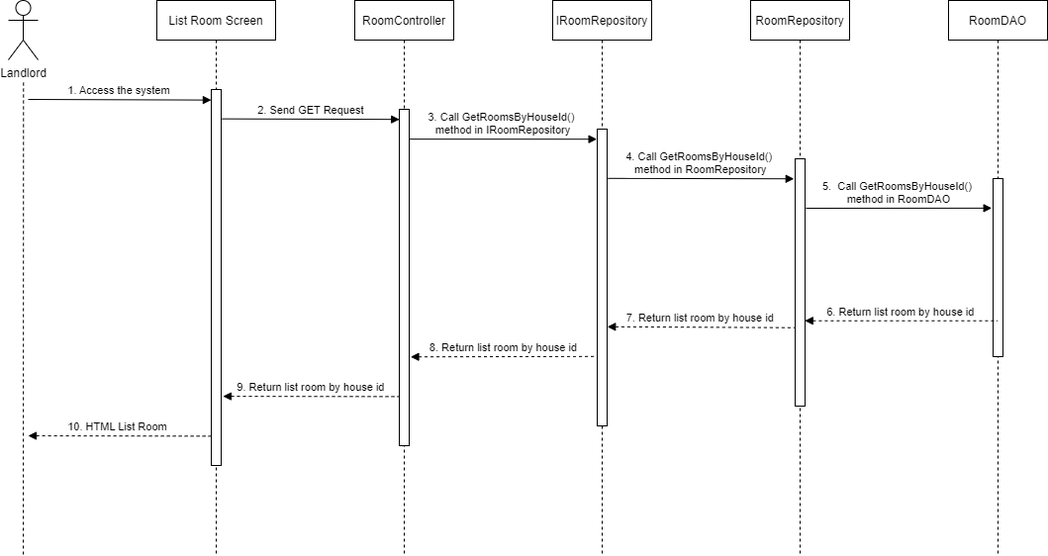
The draw.io diagram Documentation/Diagram/Sequence Diagrams/(Landlord) List Room - Sequence Diagram.drawio.png in nguyenthegiang/fu-house-finder, before a commit. Source tidied: cells renumbered, new cells last; positions are measured from the earlier drawing's top-left corner, leaving out a move shared by most shapes. The source it was exported from:
```xml
<mxGraphModel>
  <root>
    <mxCell id="0" />
    <mxCell id="1" parent="0" />
    <mxCell id="2" value="List Room Screen" style="shape=umlLifeline;perimeter=lifelinePerimeter;rounded=0;shadow=0;strokeWidth=1;" parent="1" vertex="1">
      <mxGeometry x="150" width="120" height="560" as="geometry" />
    </mxCell>
    <mxCell id="3" style="points=[];perimeter=orthogonalPerimeter;rounded=0;shadow=0;strokeWidth=1;" parent="2" vertex="1">
      <mxGeometry x="55" y="90" width="10" height="380" as="geometry" />
    </mxCell>
    <mxCell id="4" value="RoomController" style="shape=umlLifeline;perimeter=lifelinePerimeter;rounded=0;shadow=0;strokeWidth=1;" parent="1" vertex="1">
      <mxGeometry x="350" width="100" height="560" as="geometry" />
    </mxCell>
    <mxCell id="5" style="points=[];perimeter=orthogonalPerimeter;rounded=0;shadow=0;strokeWidth=1;" parent="4" vertex="1">
      <mxGeometry x="45" y="110" width="10" height="340" as="geometry" />
    </mxCell>
    <mxCell id="6" value="Landlord" style="shape=umlActor;verticalLabelPosition=bottom;verticalAlign=top;html=1;" parent="1" vertex="1">
      <mxGeometry width="30" height="60" as="geometry" />
    </mxCell>
    <mxCell id="7" style="endArrow=none;dashed=1;html=1;rounded=0;startArrow=none;" parent="1" edge="1">
      <mxGeometry relative="1" as="geometry">
        <mxPoint x="15" y="560" as="sourcePoint" />
        <mxPoint x="15.2" y="80" as="targetPoint" />
      </mxGeometry>
    </mxCell>
    <mxCell id="8" value="1. Access the system" style="verticalAlign=bottom;endArrow=block;entryX=-0.007;entryY=0.028;shadow=0;strokeWidth=1;entryDx=0;entryDy=0;entryPerimeter=0;" parent="1" edge="1" target="3">
      <mxGeometry relative="1" as="geometry">
        <mxPoint x="20" y="100" as="sourcePoint" />
      </mxGeometry>
    </mxCell>
    <mxCell id="9" value="2. Send GET Request" style="verticalAlign=bottom;endArrow=block;shadow=0;strokeWidth=1;entryX=0.016;entryY=0.03;entryDx=0;entryDy=0;entryPerimeter=0;exitX=1.094;exitY=0.078;exitDx=0;exitDy=0;exitPerimeter=0;" parent="1" edge="1" source="3" target="5">
      <mxGeometry relative="1" as="geometry" />
    </mxCell>
    <mxCell id="10" value="IRoomRepository" style="shape=umlLifeline;perimeter=lifelinePerimeter;rounded=0;shadow=0;strokeWidth=1;" parent="1" vertex="1">
      <mxGeometry x="550" width="100" height="560" as="geometry" />
    </mxCell>
    <mxCell id="11" style="points=[];perimeter=orthogonalPerimeter;rounded=0;shadow=0;strokeWidth=1;" parent="10" vertex="1">
      <mxGeometry x="45" y="130" width="10" height="300" as="geometry" />
    </mxCell>
    <mxCell id="12" value="3. Call GetRoomsByHouseId()  &#10;method in IRoomRepository" style="verticalAlign=bottom;endArrow=block;shadow=0;strokeWidth=1;entryX=-0.037;entryY=0.034;entryDx=0;entryDy=0;entryPerimeter=0;exitX=1.019;exitY=0.159;exitDx=0;exitDy=0;exitPerimeter=0;" parent="10" edge="1" target="11">
      <mxGeometry relative="1" as="geometry">
        <mxPoint x="-145" y="140.1" as="sourcePoint" />
      </mxGeometry>
    </mxCell>
    <mxCell id="13" value="RoomRepository" style="shape=umlLifeline;perimeter=lifelinePerimeter;rounded=0;shadow=0;strokeWidth=1;" parent="1" vertex="1">
      <mxGeometry x="750" width="100" height="560" as="geometry" />
    </mxCell>
    <mxCell id="14" style="points=[];perimeter=orthogonalPerimeter;rounded=0;shadow=0;strokeWidth=1;" parent="13" vertex="1">
      <mxGeometry x="45" y="160" width="10" height="250" as="geometry" />
    </mxCell>
    <mxCell id="15" value="RoomDAO" style="shape=umlLifeline;perimeter=lifelinePerimeter;rounded=0;shadow=0;strokeWidth=1;" parent="1" vertex="1">
      <mxGeometry x="950" width="100" height="560" as="geometry" />
    </mxCell>
    <mxCell id="16" style="points=[];perimeter=orthogonalPerimeter;rounded=0;shadow=0;strokeWidth=1;" parent="15" vertex="1">
      <mxGeometry x="45" y="180" width="10" height="180" as="geometry" />
    </mxCell>
    <mxCell id="17" value="4. Call GetRoomsByHouseId() &#10;method in RoomRepository" style="verticalAlign=bottom;endArrow=block;shadow=0;strokeWidth=1;exitX=1.076;exitY=0.166;exitDx=0;exitDy=0;exitPerimeter=0;entryX=-0.12;entryY=0.081;entryDx=0;entryDy=0;entryPerimeter=0;" parent="1" edge="1" source="11" target="14">
      <mxGeometry relative="1" as="geometry" />
    </mxCell>
    <mxCell id="18" value="5.  Call GetRoomsByHouseId() &#10;method in RoomDAO" style="verticalAlign=bottom;endArrow=block;shadow=0;strokeWidth=1;exitX=1.097;exitY=0.2;exitDx=0;exitDy=0;exitPerimeter=0;entryX=-0.131;entryY=0.166;entryDx=0;entryDy=0;entryPerimeter=0;" parent="1" edge="1" source="14" target="16">
      <mxGeometry relative="1" as="geometry" />
    </mxCell>
    <mxCell id="19" value="6. Return list room by house id" style="verticalAlign=bottom;endArrow=none;shadow=0;strokeWidth=1;endFill=0;startArrow=block;startFill=1;dashed=1;exitX=0.98;exitY=0.655;exitDx=0;exitDy=0;exitPerimeter=0;" parent="1" edge="1" source="14" target="15">
      <mxGeometry relative="1" as="geometry" />
    </mxCell>
    <mxCell id="20" value="7. Return list room by house id" style="verticalAlign=bottom;endArrow=none;shadow=0;strokeWidth=1;endFill=0;startArrow=block;startFill=1;dashed=1;exitX=1.025;exitY=0.666;exitDx=0;exitDy=0;exitPerimeter=0;entryX=-0.079;entryY=0.683;entryDx=0;entryDy=0;entryPerimeter=0;" parent="1" edge="1" source="11" target="14">
      <mxGeometry relative="1" as="geometry" />
    </mxCell>
    <mxCell id="21" value="8. Return list room by house id" style="verticalAlign=bottom;endArrow=none;shadow=0;strokeWidth=1;entryX=-0.109;entryY=0.766;entryDx=0;entryDy=0;entryPerimeter=0;endFill=0;startArrow=block;startFill=1;dashed=1;exitX=1.145;exitY=0.736;exitDx=0;exitDy=0;exitPerimeter=0;" parent="1" edge="1" source="5" target="11">
      <mxGeometry relative="1" as="geometry" />
    </mxCell>
    <mxCell id="22" value="9. Return list room by house id" style="verticalAlign=bottom;endArrow=none;shadow=0;strokeWidth=1;entryX=-0.049;entryY=0.854;entryDx=0;entryDy=0;entryPerimeter=0;endFill=0;startArrow=block;startFill=1;dashed=1;exitX=1.19;exitY=0.816;exitDx=0;exitDy=0;exitPerimeter=0;" parent="1" edge="1" source="3" target="5">
      <mxGeometry relative="1" as="geometry" />
    </mxCell>
    <mxCell id="23" value="10. HTML List Room " style="verticalAlign=bottom;endArrow=none;shadow=0;strokeWidth=1;entryX=-0.034;entryY=0.922;entryDx=0;entryDy=0;entryPerimeter=0;endFill=0;startArrow=block;startFill=1;dashed=1;" parent="1" edge="1" target="3">
      <mxGeometry relative="1" as="geometry">
        <mxPoint x="20" y="440" as="sourcePoint" />
      </mxGeometry>
    </mxCell>
  </root>
</mxGraphModel>
```
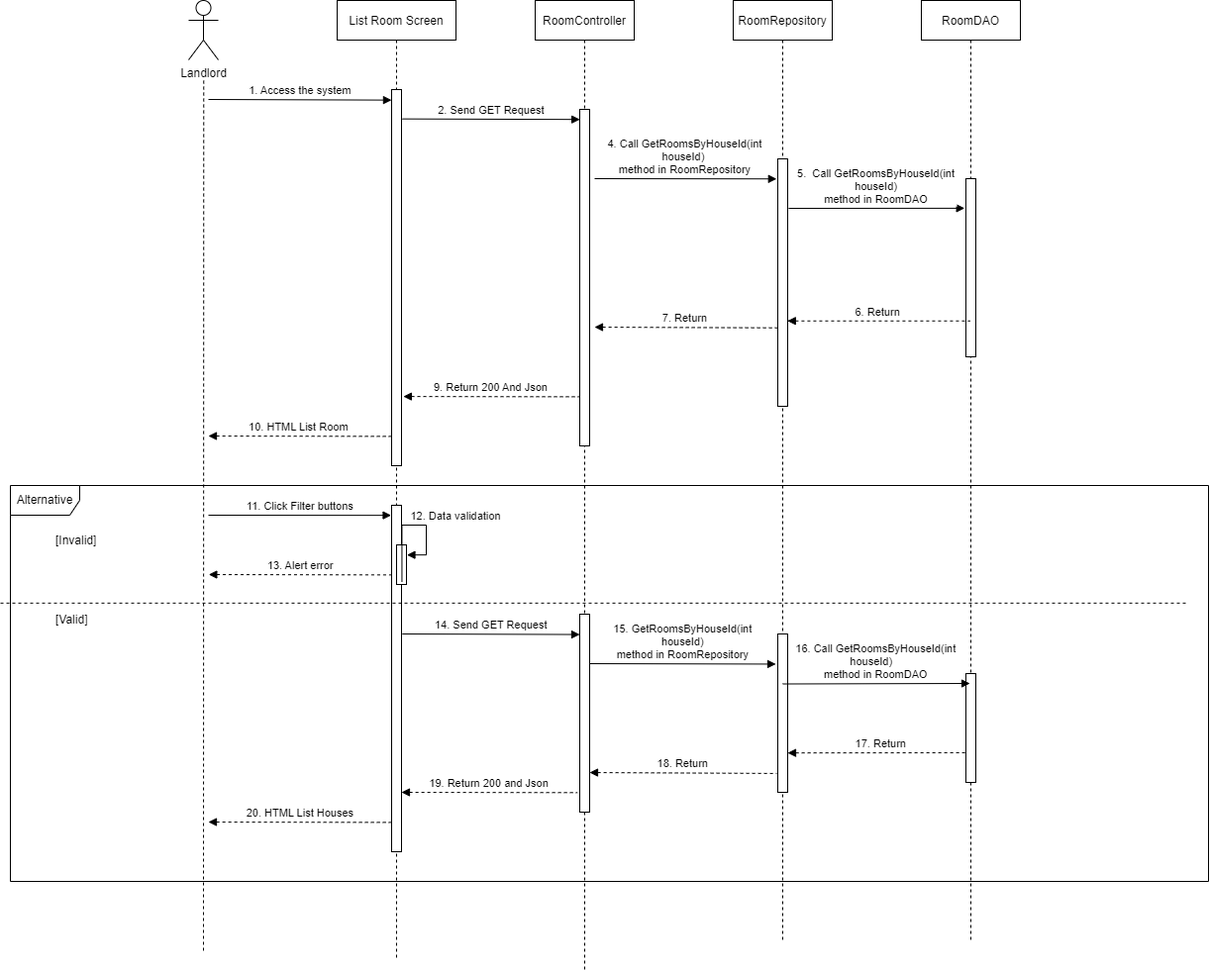
After the commit.

Change to the diagram source:
```diff
@@ -3,13 +3,13 @@
     <mxCell id="0" />
     <mxCell id="1" parent="0" />
     <mxCell id="2" value="List Room Screen" style="shape=umlLifeline;perimeter=lifelinePerimeter;rounded=0;shadow=0;strokeWidth=1;" parent="1" vertex="1">
-      <mxGeometry x="150" width="120" height="560" as="geometry" />
+      <mxGeometry x="150" width="120" height="970" as="geometry" />
     </mxCell>
     <mxCell id="3" style="points=[];perimeter=orthogonalPerimeter;rounded=0;shadow=0;strokeWidth=1;" parent="2" vertex="1">
       <mxGeometry x="55" y="90" width="10" height="380" as="geometry" />
     </mxCell>
     <mxCell id="4" value="RoomController" style="shape=umlLifeline;perimeter=lifelinePerimeter;rounded=0;shadow=0;strokeWidth=1;" parent="1" vertex="1">
-      <mxGeometry x="350" width="100" height="560" as="geometry" />
+      <mxGeometry x="350" width="100" height="980" as="geometry" />
     </mxCell>
     <mxCell id="5" style="points=[];perimeter=orthogonalPerimeter;rounded=0;shadow=0;strokeWidth=1;" parent="4" vertex="1">
       <mxGeometry x="45" y="110" width="10" height="340" as="geometry" />
@@ -19,7 +19,7 @@
     </mxCell>
     <mxCell id="7" style="endArrow=none;dashed=1;html=1;rounded=0;startArrow=none;" parent="1" edge="1">
       <mxGeometry relative="1" as="geometry">
-        <mxPoint x="15" y="560" as="sourcePoint" />
+        <mxPoint x="15" y="960" as="sourcePoint" />
         <mxPoint x="15.2" y="80" as="targetPoint" />
       </mxGeometry>
     </mxCell>
@@ -31,45 +31,47 @@
     <mxCell id="9" value="2. Send GET Request" style="verticalAlign=bottom;endArrow=block;shadow=0;strokeWidth=1;entryX=0.016;entryY=0.03;entryDx=0;entryDy=0;entryPerimeter=0;exitX=1.094;exitY=0.078;exitDx=0;exitDy=0;exitPerimeter=0;" parent="1" edge="1" source="3" target="5">
       <mxGeometry relative="1" as="geometry" />
     </mxCell>
-    <mxCell id="10" value="IRoomRepository" style="shape=umlLifeline;perimeter=lifelinePerimeter;rounded=0;shadow=0;strokeWidth=1;" parent="1" vertex="1">
-      <mxGeometry x="550" width="100" height="560" as="geometry" />
-    </mxCell>
-    <mxCell id="11" style="points=[];perimeter=orthogonalPerimeter;rounded=0;shadow=0;strokeWidth=1;" parent="10" vertex="1">
-      <mxGeometry x="45" y="130" width="10" height="300" as="geometry" />
-    </mxCell>
-    <mxCell id="12" value="3. Call GetRoomsByHouseId()  &#10;method in IRoomRepository" style="verticalAlign=bottom;endArrow=block;shadow=0;strokeWidth=1;entryX=-0.037;entryY=0.034;entryDx=0;entryDy=0;entryPerimeter=0;exitX=1.019;exitY=0.159;exitDx=0;exitDy=0;exitPerimeter=0;" parent="10" edge="1" target="11">
-      <mxGeometry relative="1" as="geometry">
-        <mxPoint x="-145" y="140.1" as="sourcePoint" />
-      </mxGeometry>
-    </mxCell>
     <mxCell id="13" value="RoomRepository" style="shape=umlLifeline;perimeter=lifelinePerimeter;rounded=0;shadow=0;strokeWidth=1;" parent="1" vertex="1">
-      <mxGeometry x="750" width="100" height="560" as="geometry" />
+      <mxGeometry x="550" width="100" height="950" as="geometry" />
     </mxCell>
     <mxCell id="14" style="points=[];perimeter=orthogonalPerimeter;rounded=0;shadow=0;strokeWidth=1;" parent="13" vertex="1">
       <mxGeometry x="45" y="160" width="10" height="250" as="geometry" />
     </mxCell>
+    <mxCell id="24" style="perimeter=orthogonalPerimeter;rounded=0;shadow=0;strokeWidth=1;" parent="13" vertex="1">
+      <mxGeometry x="45" y="640" width="10" height="160" as="geometry" />
+    </mxCell>
+    <mxCell id="25" value="17. Return" style="verticalAlign=bottom;endArrow=none;shadow=0;strokeWidth=1;entryX=-0.102;entryY=0.689;entryDx=0;entryDy=0;entryPerimeter=0;endFill=0;startArrow=block;startFill=1;dashed=1;exitX=1.126;exitY=0.479;exitDx=0;exitDy=0;exitPerimeter=0;" parent="13" edge="1">
+      <mxGeometry relative="1" as="geometry">
+        <mxPoint x="55" y="760.2" as="sourcePoint" />
+        <mxPoint x="242.7" y="760" as="targetPoint" />
+      </mxGeometry>
+    </mxCell>
     <mxCell id="15" value="RoomDAO" style="shape=umlLifeline;perimeter=lifelinePerimeter;rounded=0;shadow=0;strokeWidth=1;" parent="1" vertex="1">
-      <mxGeometry x="950" width="100" height="560" as="geometry" />
+      <mxGeometry x="740" width="100" height="950" as="geometry" />
     </mxCell>
     <mxCell id="16" style="points=[];perimeter=orthogonalPerimeter;rounded=0;shadow=0;strokeWidth=1;" parent="15" vertex="1">
       <mxGeometry x="45" y="180" width="10" height="180" as="geometry" />
     </mxCell>
+    <mxCell id="26" style="perimeter=orthogonalPerimeter;rounded=0;shadow=0;strokeWidth=1;" parent="15" vertex="1">
+      <mxGeometry x="45" y="680" width="10" height="110" as="geometry" />
+    </mxCell>
-    <mxCell id="17" value="4. Call GetRoomsByHouseId() &#10;method in RoomRepository" style="verticalAlign=bottom;endArrow=block;shadow=0;strokeWidth=1;exitX=1.076;exitY=0.166;exitDx=0;exitDy=0;exitPerimeter=0;entryX=-0.12;entryY=0.081;entryDx=0;entryDy=0;entryPerimeter=0;" parent="1" edge="1" source="11" target="14">
-      <mxGeometry relative="1" as="geometry" />
+    <mxCell id="17" value="4. Call GetRoomsByHouseId(int &#10;houseId) &#10;method in RoomRepository" style="verticalAlign=bottom;endArrow=block;shadow=0;strokeWidth=1;entryX=-0.12;entryY=0.081;entryDx=0;entryDy=0;entryPerimeter=0;" parent="1" edge="1" target="14">
+      <mxGeometry relative="1" as="geometry">
+        <mxPoint x="410" y="180" as="sourcePoint" />
+      </mxGeometry>
     </mxCell>
-    <mxCell id="18" value="5.  Call GetRoomsByHouseId() &#10;method in RoomDAO" style="verticalAlign=bottom;endArrow=block;shadow=0;strokeWidth=1;exitX=1.097;exitY=0.2;exitDx=0;exitDy=0;exitPerimeter=0;entryX=-0.131;entryY=0.166;entryDx=0;entryDy=0;entryPerimeter=0;" parent="1" edge="1" source="14" target="16">
+    <mxCell id="18" value="5.  Call GetRoomsByHouseId(int&#10; houseId) &#10;method in RoomDAO" style="verticalAlign=bottom;endArrow=block;shadow=0;strokeWidth=1;exitX=1.097;exitY=0.2;exitDx=0;exitDy=0;exitPerimeter=0;entryX=-0.131;entryY=0.166;entryDx=0;entryDy=0;entryPerimeter=0;" parent="1" edge="1" source="14" target="16">
       <mxGeometry relative="1" as="geometry" />
     </mxCell>
-    <mxCell id="19" value="6. Return list room by house id" style="verticalAlign=bottom;endArrow=none;shadow=0;strokeWidth=1;endFill=0;startArrow=block;startFill=1;dashed=1;exitX=0.98;exitY=0.655;exitDx=0;exitDy=0;exitPerimeter=0;" parent="1" edge="1" source="14" target="15">
+    <mxCell id="19" value="6. Return " style="verticalAlign=bottom;endArrow=none;shadow=0;strokeWidth=1;endFill=0;startArrow=block;startFill=1;dashed=1;exitX=0.98;exitY=0.655;exitDx=0;exitDy=0;exitPerimeter=0;" parent="1" edge="1" source="14" target="15">
       <mxGeometry relative="1" as="geometry" />
     </mxCell>
-    <mxCell id="20" value="7. Return list room by house id" style="verticalAlign=bottom;endArrow=none;shadow=0;strokeWidth=1;endFill=0;startArrow=block;startFill=1;dashed=1;exitX=1.025;exitY=0.666;exitDx=0;exitDy=0;exitPerimeter=0;entryX=-0.079;entryY=0.683;entryDx=0;entryDy=0;entryPerimeter=0;" parent="1" edge="1" source="11" target="14">
-      <mxGeometry relative="1" as="geometry" />
+    <mxCell id="20" value="7. Return" style="verticalAlign=bottom;endArrow=none;shadow=0;strokeWidth=1;endFill=0;startArrow=block;startFill=1;dashed=1;entryX=-0.079;entryY=0.683;entryDx=0;entryDy=0;entryPerimeter=0;" parent="1" edge="1" target="14">
+      <mxGeometry relative="1" as="geometry">
+        <mxPoint x="410" y="330" as="sourcePoint" />
+      </mxGeometry>
     </mxCell>
-    <mxCell id="21" value="8. Return list room by house id" style="verticalAlign=bottom;endArrow=none;shadow=0;strokeWidth=1;entryX=-0.109;entryY=0.766;entryDx=0;entryDy=0;entryPerimeter=0;endFill=0;startArrow=block;startFill=1;dashed=1;exitX=1.145;exitY=0.736;exitDx=0;exitDy=0;exitPerimeter=0;" parent="1" edge="1" source="5" target="11">
-      <mxGeometry relative="1" as="geometry" />
-    </mxCell>
-    <mxCell id="22" value="9. Return list room by house id" style="verticalAlign=bottom;endArrow=none;shadow=0;strokeWidth=1;entryX=-0.049;entryY=0.854;entryDx=0;entryDy=0;entryPerimeter=0;endFill=0;startArrow=block;startFill=1;dashed=1;exitX=1.19;exitY=0.816;exitDx=0;exitDy=0;exitPerimeter=0;" parent="1" edge="1" source="3" target="5">
+    <mxCell id="22" value="9. Return 200 And Json" style="verticalAlign=bottom;endArrow=none;shadow=0;strokeWidth=1;entryX=-0.049;entryY=0.854;entryDx=0;entryDy=0;entryPerimeter=0;endFill=0;startArrow=block;startFill=1;dashed=1;exitX=1.19;exitY=0.816;exitDx=0;exitDy=0;exitPerimeter=0;" parent="1" edge="1" source="3" target="5">
       <mxGeometry relative="1" as="geometry" />
     </mxCell>
     <mxCell id="23" value="10. HTML List Room " style="verticalAlign=bottom;endArrow=none;shadow=0;strokeWidth=1;entryX=-0.034;entryY=0.922;entryDx=0;entryDy=0;entryPerimeter=0;endFill=0;startArrow=block;startFill=1;dashed=1;" parent="1" edge="1" target="3">
@@ -77,5 +79,84 @@
         <mxPoint x="20" y="440" as="sourcePoint" />
       </mxGeometry>
     </mxCell>
+    <mxCell id="27" value="Alternative" style="shape=umlFrame;whiteSpace=wrap;html=1;width=70;height=30;" parent="1" vertex="1">
+      <mxGeometry x="-180" y="490" width="1210" height="400" as="geometry" />
+    </mxCell>
+    <mxCell id="28" value="11. Click Filter buttons" style="verticalAlign=bottom;endArrow=block;shadow=0;strokeWidth=1;entryX=-0.047;entryY=0.029;entryDx=0;entryDy=0;entryPerimeter=0;" parent="1" edge="1" target="29">
+      <mxGeometry relative="1" as="geometry">
+        <mxPoint x="20" y="520" as="sourcePoint" />
+      </mxGeometry>
+    </mxCell>
+    <mxCell id="29" style="points=[];perimeter=orthogonalPerimeter;rounded=0;shadow=0;strokeWidth=1;" parent="1" vertex="1">
+      <mxGeometry x="205" y="510" width="10" height="350" as="geometry" />
+    </mxCell>
+    <mxCell id="30" style="points=[];perimeter=orthogonalPerimeter;rounded=0;shadow=0;strokeWidth=1;" parent="1" vertex="1">
+      <mxGeometry x="210" y="550" width="10" height="40" as="geometry" />
+    </mxCell>
+    <mxCell id="31" value="12. Data validation" style="verticalAlign=bottom;endArrow=block;shadow=0;strokeWidth=1;entryX=1.047;entryY=0.255;entryDx=0;entryDy=0;entryPerimeter=0;exitX=1.044;exitY=0.221;exitDx=0;exitDy=0;exitPerimeter=0;edgeStyle=orthogonalEdgeStyle;rounded=0;" parent="1" edge="1" source="29" target="30">
+      <mxGeometry x="0.24" y="30" relative="1" as="geometry">
+        <Array as="points">
+          <mxPoint x="240" y="530" />
+          <mxPoint x="240" y="560" />
+        </Array>
+      </mxGeometry>
+    </mxCell>
+    <mxCell id="32" value="13. Alert error" style="verticalAlign=bottom;endArrow=none;shadow=0;strokeWidth=1;entryX=-0.034;entryY=0.922;entryDx=0;entryDy=0;entryPerimeter=0;endFill=0;startArrow=block;startFill=1;dashed=1;" parent="1" edge="1">
+      <mxGeometry relative="1" as="geometry">
+        <mxPoint x="20.3" y="580" as="sourcePoint" />
+        <mxPoint x="205" y="580.4" as="targetPoint" />
+      </mxGeometry>
+    </mxCell>
+    <mxCell id="33" value="14. Send GET Request" style="verticalAlign=bottom;endArrow=block;shadow=0;strokeWidth=1;entryX=0.016;entryY=0.03;entryDx=0;entryDy=0;entryPerimeter=0;exitX=1.094;exitY=0.078;exitDx=0;exitDy=0;exitPerimeter=0;" parent="1" edge="1">
+      <mxGeometry relative="1" as="geometry">
+        <mxPoint x="215.8" y="640" as="sourcePoint" />
+        <mxPoint x="395" y="640.6" as="targetPoint" />
+      </mxGeometry>
+    </mxCell>
+    <mxCell id="34" style="perimeter=orthogonalPerimeter;rounded=0;shadow=0;strokeWidth=1;" parent="1" vertex="1">
+      <mxGeometry x="395" y="620" width="10" height="200" as="geometry" />
+    </mxCell>
+    <mxCell id="35" style="endArrow=none;dashed=1;html=1;strokeWidth=1;rounded=0;" parent="1" edge="1">
+      <mxGeometry relative="1" as="geometry">
+        <mxPoint x="-190" y="608.8" as="sourcePoint" />
+        <mxPoint x="1010" y="608.8" as="targetPoint" />
+      </mxGeometry>
+    </mxCell>
+    <mxCell id="36" value="[Invalid]" style="text;strokeColor=none;fillColor=none;align=left;verticalAlign=middle;spacingLeft=4;spacingRight=4;overflow=hidden;" parent="1" vertex="1">
+      <mxGeometry x="-140" y="530" width="80" height="30" as="geometry" />
+    </mxCell>
+    <mxCell id="37" value="[Valid]" style="text;strokeColor=none;fillColor=none;align=left;verticalAlign=middle;spacingLeft=4;spacingRight=4;overflow=hidden;" parent="1" vertex="1">
+      <mxGeometry x="-140" y="610" width="80" height="30" as="geometry" />
+    </mxCell>
+    <mxCell id="38" value="15. GetRoomsByHouseId(int&#10;houseId)&#10;method in RoomRepository" style="verticalAlign=bottom;endArrow=block;shadow=0;strokeWidth=1;exitX=1.076;exitY=0.166;exitDx=0;exitDy=0;exitPerimeter=0;entryX=-0.12;entryY=0.081;entryDx=0;entryDy=0;entryPerimeter=0;" parent="1" edge="1">
+      <mxGeometry relative="1" as="geometry">
+        <mxPoint x="405" y="670" as="sourcePoint" />
+        <mxPoint x="593" y="670.4" as="targetPoint" />
+      </mxGeometry>
+    </mxCell>
+    <mxCell id="39" value="16. Call GetRoomsByHouseId(int&#10;houseId)   &#10;method in RoomDAO" style="verticalAlign=bottom;endArrow=block;shadow=0;strokeWidth=1;exitX=1.097;exitY=0.2;exitDx=0;exitDy=0;exitPerimeter=0;entryX=0;entryY=0.15;entryDx=0;entryDy=0;entryPerimeter=0;" parent="1" edge="1">
+      <mxGeometry relative="1" as="geometry">
+        <mxPoint x="600" y="690.5" as="sourcePoint" />
+        <mxPoint x="789" y="690" as="targetPoint" />
+      </mxGeometry>
+    </mxCell>
+    <mxCell id="40" value="18. Return" style="verticalAlign=bottom;endArrow=none;shadow=0;strokeWidth=1;endFill=0;startArrow=block;startFill=1;dashed=1;exitX=1.025;exitY=0.666;exitDx=0;exitDy=0;exitPerimeter=0;entryX=-0.079;entryY=0.683;entryDx=0;entryDy=0;entryPerimeter=0;" parent="1" edge="1">
+      <mxGeometry relative="1" as="geometry">
+        <mxPoint x="405" y="780" as="sourcePoint" />
+        <mxPoint x="594" y="781" as="targetPoint" />
+      </mxGeometry>
+    </mxCell>
+    <mxCell id="41" value="19. Return 200 and Json" style="verticalAlign=bottom;endArrow=none;shadow=0;strokeWidth=1;entryX=-0.049;entryY=0.854;entryDx=0;entryDy=0;entryPerimeter=0;endFill=0;startArrow=block;startFill=1;dashed=1;exitX=1.19;exitY=0.816;exitDx=0;exitDy=0;exitPerimeter=0;" parent="1" edge="1">
+      <mxGeometry relative="1" as="geometry">
+        <mxPoint x="215" y="800" as="sourcePoint" />
+        <mxPoint x="392.6" y="800.3" as="targetPoint" />
+      </mxGeometry>
+    </mxCell>
+    <mxCell id="42" value="20. HTML List Houses" style="verticalAlign=bottom;endArrow=none;shadow=0;strokeWidth=1;entryX=-0.034;entryY=0.922;entryDx=0;entryDy=0;entryPerimeter=0;endFill=0;startArrow=block;startFill=1;dashed=1;" parent="1" edge="1">
+      <mxGeometry relative="1" as="geometry">
+        <mxPoint x="20" y="830" as="sourcePoint" />
+        <mxPoint x="204.7" y="830.4" as="targetPoint" />
+      </mxGeometry>
+    </mxCell>
   </root>
 </mxGraphModel>
```
